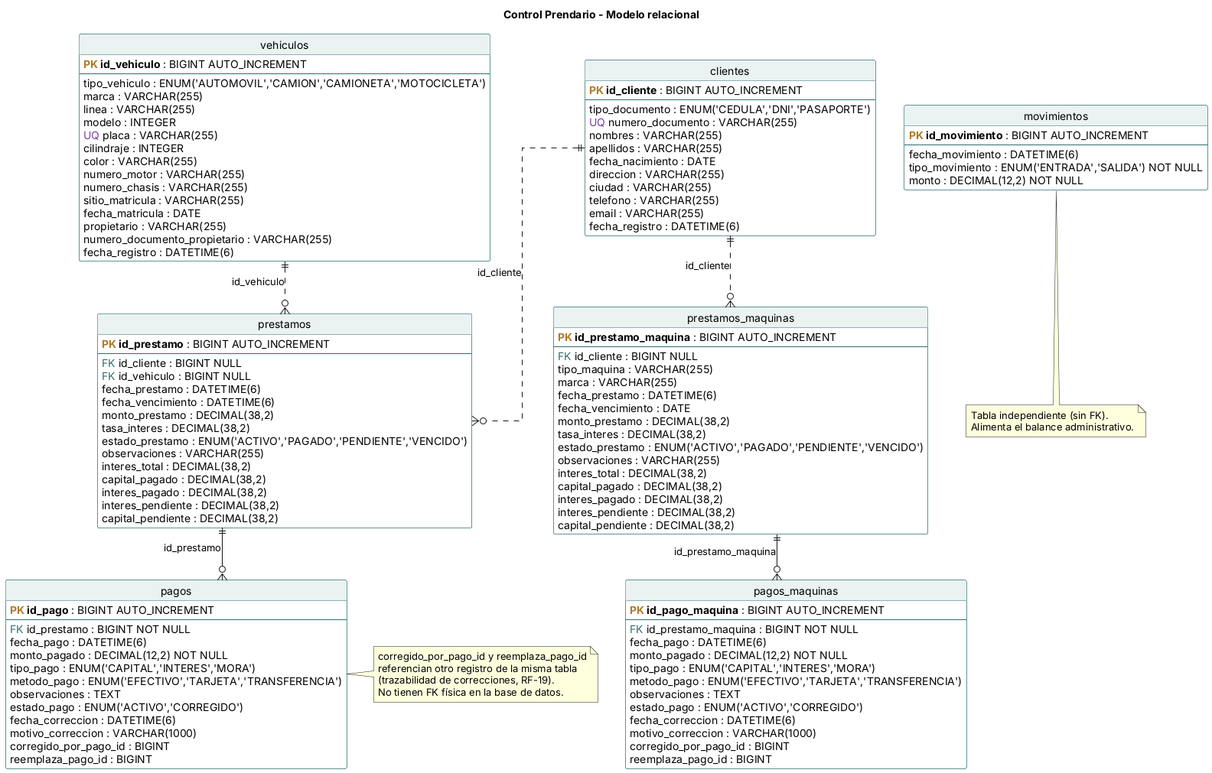
ElPiston1870/controlprendario-api keeps this PlantUML diagram as docs/diagramas/png/10-modelo-relacional.png. Above is the earlier version. The source it was exported from:
```plantuml
@startuml 10-modelo-relacional
title Control Prendario - Modelo relacional

skinparam shadowing false
skinparam defaultFontName Arial
skinparam linetype ortho
skinparam class {
  BackgroundColor #FFFFFF
  BorderColor #2F6F6F
  HeaderBackgroundColor #EAF2F2
}
hide circle
hide methods
hide stereotype

!define PK(x) <b><color:#B07A2A>PK</color> x</b>
!define FK(x) <color:#2F6F6F>FK</color> x
!define UQ(x) <color:#7A3E9D>UQ</color> x

entity clientes {
  PK(id_cliente) : BIGINT AUTO_INCREMENT
  --
  tipo_documento : ENUM('CEDULA','DNI','PASAPORTE')
  UQ(numero_documento) : VARCHAR(255)
  nombres : VARCHAR(255)
  apellidos : VARCHAR(255)
  fecha_nacimiento : DATE
  direccion : VARCHAR(255)
  ciudad : VARCHAR(255)
  telefono : VARCHAR(255)
  email : VARCHAR(255)
  fecha_registro : DATETIME(6)
}

entity vehiculos {
  PK(id_vehiculo) : BIGINT AUTO_INCREMENT
  --
  tipo_vehiculo : ENUM('AUTOMOVIL','CAMION','CAMIONETA','MOTOCICLETA')
  marca : VARCHAR(255)
  linea : VARCHAR(255)
  modelo : INTEGER
  UQ(placa) : VARCHAR(255)
  cilindraje : INTEGER
  color : VARCHAR(255)
  numero_motor : VARCHAR(255)
  numero_chasis : VARCHAR(255)
  sitio_matricula : VARCHAR(255)
  fecha_matricula : DATE
  propietario : VARCHAR(255)
  numero_documento_propietario : VARCHAR(255)
  fecha_registro : DATETIME(6)
}

entity prestamos {
  PK(id_prestamo) : BIGINT AUTO_INCREMENT
  --
  FK(id_cliente) : BIGINT NULL
  FK(id_vehiculo) : BIGINT NULL
  fecha_prestamo : DATETIME(6)
  fecha_vencimiento : DATETIME(6)
  monto_prestamo : DECIMAL(38,2)
  tasa_interes : DECIMAL(38,2)
  estado_prestamo : ENUM('ACTIVO','PAGADO','PENDIENTE','VENCIDO')
  observaciones : VARCHAR(255)
  interes_total : DECIMAL(38,2)
  capital_pagado : DECIMAL(38,2)
  interes_pagado : DECIMAL(38,2)
  interes_pendiente : DECIMAL(38,2)
  capital_pendiente : DECIMAL(38,2)
}

entity prestamos_maquinas {
  PK(id_prestamo_maquina) : BIGINT AUTO_INCREMENT
  --
  FK(id_cliente) : BIGINT NULL
  tipo_maquina : VARCHAR(255)
  marca : VARCHAR(255)
  fecha_prestamo : DATETIME(6)
  fecha_vencimiento : DATE
  monto_prestamo : DECIMAL(38,2)
  tasa_interes : DECIMAL(38,2)
  estado_prestamo : ENUM('ACTIVO','PAGADO','PENDIENTE','VENCIDO')
  observaciones : VARCHAR(255)
  interes_total : DECIMAL(38,2)
  capital_pagado : DECIMAL(38,2)
  interes_pagado : DECIMAL(38,2)
  interes_pendiente : DECIMAL(38,2)
  capital_pendiente : DECIMAL(38,2)
}

entity pagos {
  PK(id_pago) : BIGINT AUTO_INCREMENT
  --
  FK(id_prestamo) : BIGINT NOT NULL
  fecha_pago : DATETIME(6)
  monto_pagado : DECIMAL(12,2) NOT NULL
  tipo_pago : ENUM('CAPITAL','INTERES','MORA')
  metodo_pago : ENUM('EFECTIVO','TARJETA','TRANSFERENCIA')
  observaciones : TEXT
  estado_pago : ENUM('ACTIVO','CORREGIDO')
  fecha_correccion : DATETIME(6)
  motivo_correccion : VARCHAR(1000)
  corregido_por_pago_id : BIGINT
  reemplaza_pago_id : BIGINT
}

entity pagos_maquinas {
  PK(id_pago_maquina) : BIGINT AUTO_INCREMENT
  --
  FK(id_prestamo_maquina) : BIGINT NOT NULL
  fecha_pago : DATETIME(6)
  monto_pagado : DECIMAL(12,2) NOT NULL
  tipo_pago : ENUM('CAPITAL','INTERES','MORA')
  metodo_pago : ENUM('EFECTIVO','TARJETA','TRANSFERENCIA')
  observaciones : TEXT
  estado_pago : ENUM('ACTIVO','CORREGIDO')
  fecha_correccion : DATETIME(6)
  motivo_correccion : VARCHAR(1000)
  corregido_por_pago_id : BIGINT
  reemplaza_pago_id : BIGINT
}

entity movimientos {
  PK(id_movimiento) : BIGINT AUTO_INCREMENT
  --
  fecha_movimiento : DATETIME(6)
  tipo_movimiento : ENUM('ENTRADA','SALIDA') NOT NULL
  monto : DECIMAL(12,2) NOT NULL
}

clientes ||..o{ prestamos : "id_cliente"
vehiculos ||..o{ prestamos : "id_vehiculo"
clientes ||..o{ prestamos_maquinas : "id_cliente"
prestamos ||--o{ pagos : "id_prestamo"
prestamos_maquinas ||--o{ pagos_maquinas : "id_prestamo_maquina"

note bottom of movimientos
  Tabla independiente (sin FK).
  Alimenta el balance administrativo.
end note
note right of pagos
  corregido_por_pago_id y reemplaza_pago_id
  referencian otro registro de la misma tabla
  (trazabilidad de correcciones, RF-19).
  No tienen FK física en la base de datos.
end note
@enduml
```
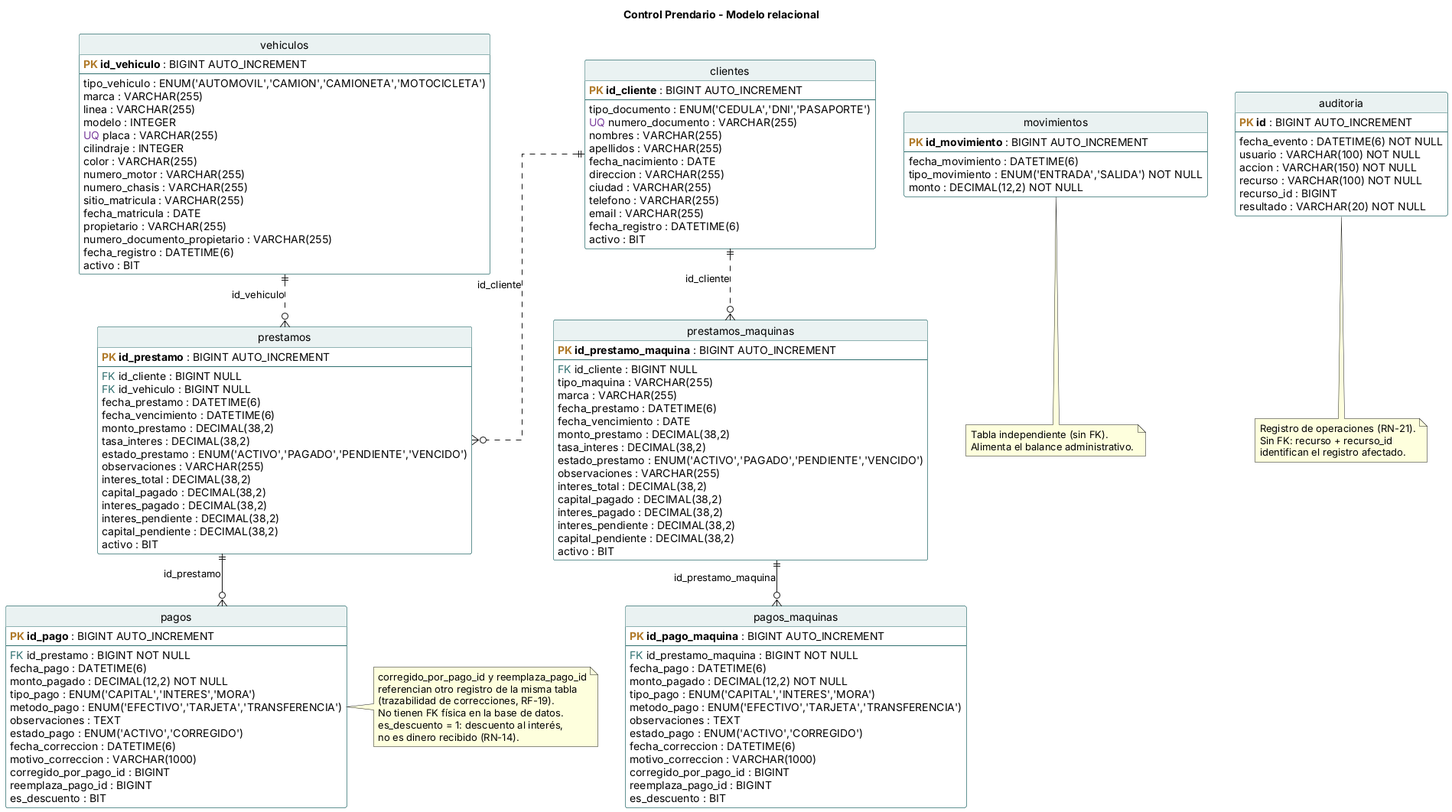
Later version of the same file.

The edit, as a diff of the source:
```diff
@@ -30,6 +30,7 @@
   telefono : VARCHAR(255)
   email : VARCHAR(255)
   fecha_registro : DATETIME(6)
+  activo : BIT
 }
 
 entity vehiculos {
@@ -49,6 +50,7 @@
   propietario : VARCHAR(255)
   numero_documento_propietario : VARCHAR(255)
   fecha_registro : DATETIME(6)
+  activo : BIT
 }
 
 entity prestamos {
@@ -67,6 +69,7 @@
   interes_pagado : DECIMAL(38,2)
   interes_pendiente : DECIMAL(38,2)
   capital_pendiente : DECIMAL(38,2)
+  activo : BIT
 }
 
 entity prestamos_maquinas {
@@ -86,6 +89,7 @@
   interes_pagado : DECIMAL(38,2)
   interes_pendiente : DECIMAL(38,2)
   capital_pendiente : DECIMAL(38,2)
+  activo : BIT
 }
 
 entity pagos {
@@ -102,6 +106,7 @@
   motivo_correccion : VARCHAR(1000)
   corregido_por_pago_id : BIGINT
   reemplaza_pago_id : BIGINT
+  es_descuento : BIT
 }
 
 entity pagos_maquinas {
@@ -118,6 +123,7 @@
   motivo_correccion : VARCHAR(1000)
   corregido_por_pago_id : BIGINT
   reemplaza_pago_id : BIGINT
+  es_descuento : BIT
 }
 
 entity movimientos {
@@ -134,6 +140,23 @@
 prestamos ||--o{ pagos : "id_prestamo"
 prestamos_maquinas ||--o{ pagos_maquinas : "id_prestamo_maquina"
 
+entity auditoria {
+  PK(id) : BIGINT AUTO_INCREMENT
+  --
+  fecha_evento : DATETIME(6) NOT NULL
+  usuario : VARCHAR(100) NOT NULL
+  accion : VARCHAR(150) NOT NULL
+  recurso : VARCHAR(100) NOT NULL
+  recurso_id : BIGINT
+  resultado : VARCHAR(20) NOT NULL
+}
+
+note bottom of auditoria
+  Registro de operaciones (RN-21).
+  Sin FK: recurso + recurso_id
+  identifican el registro afectado.
+end note
+
 note bottom of movimientos
   Tabla independiente (sin FK).
   Alimenta el balance administrativo.
@@ -143,5 +166,7 @@
   referencian otro registro de la misma tabla
   (trazabilidad de correcciones, RF-19).
   No tienen FK física en la base de datos.
+  es_descuento = 1: descuento al interés,
+  no es dinero recibido (RN-14).
 end note
 @enduml
```
